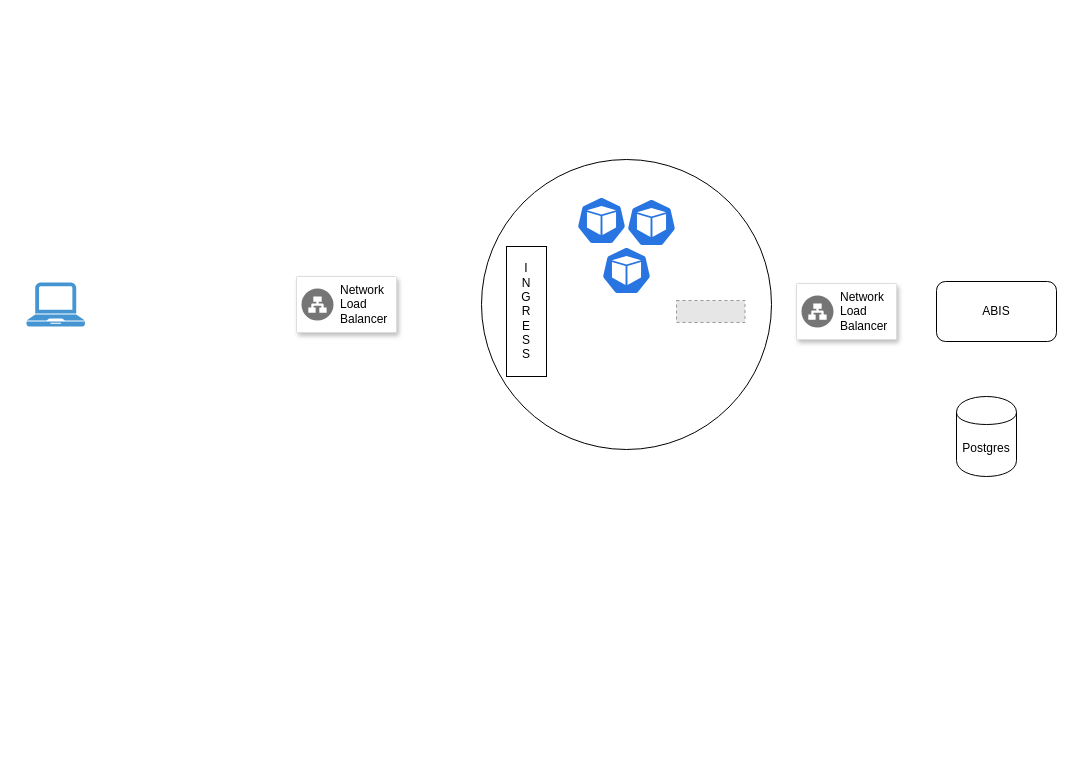
This is deployment/v3/docs/images/deployment_architecture.drawio from mosip/mosip-infra, a draw.io file, before an edit. Source tidied: cells renumbered, new cells numbered last; positions are measured from the earlier drawing's top-left corner, leaving out a move shared by most shapes. Both pictures are drawn from the tidied source at 100%, with x=0, y=0 at pixel (26, 159). Pictures stored in the file or linked from it are replaced by grey dashed boxes.
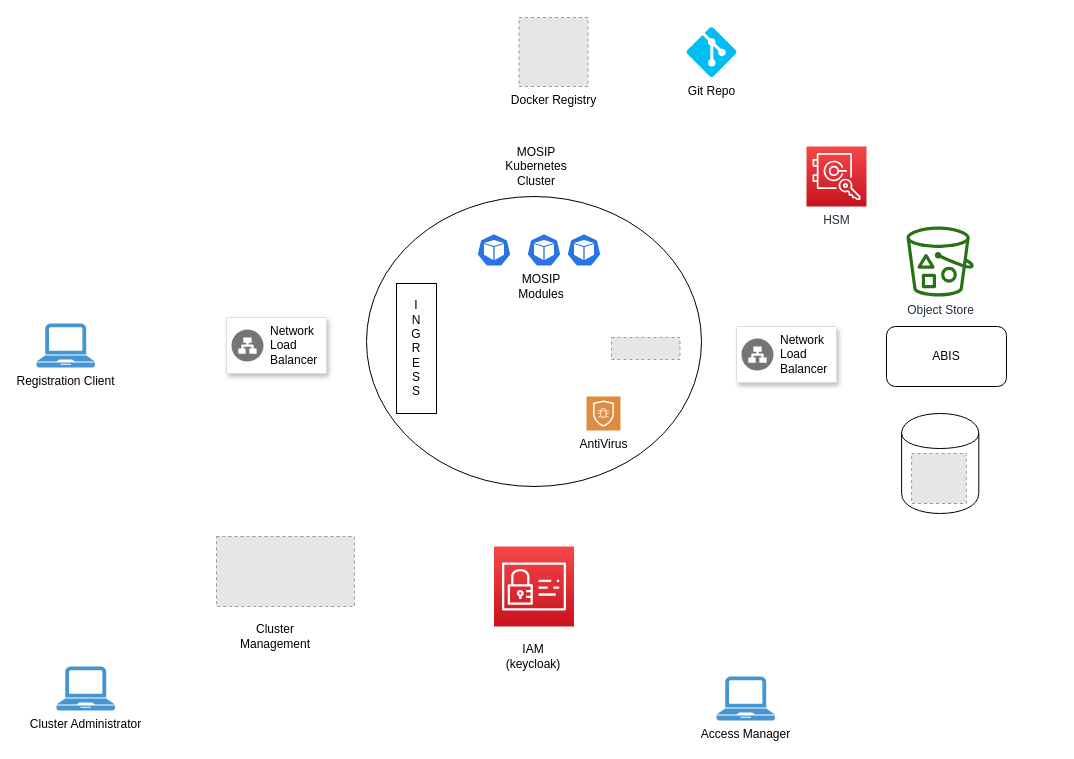
Above is the later version.

Diff of the diagram source:
```diff
@@
-    <mxCell id="2" style="ellipse;whiteSpace=wrap;html=1;" parent="1" vertex="1">
-      <mxGeometry x="455" width="290" height="290" as="geometry" />
-    </mxCell>
     <mxCell id="3" style="strokeColor=#dddddd;shadow=1;strokeWidth=1;rounded=1;absoluteArcSize=1;arcSize=2;" parent="1" vertex="1">
-      <mxGeometry x="270" y="117" width="100" height="56" as="geometry" />
+      <mxGeometry x="200" y="158" width="100" height="56" as="geometry" />
     </mxCell>
@@
-    <mxCell id="5" value="I&lt;br&gt;N&lt;br&gt;G&lt;br&gt;R&lt;br&gt;E&lt;br&gt;S&lt;br&gt;S&lt;br&gt;" style="rounded=0;whiteSpace=wrap;html=1;" parent="1" vertex="1">
-      <mxGeometry x="480" y="87" width="40" height="130" as="geometry" />
-    </mxCell>
-    <mxCell id="6" value="Postgres" style="shape=cylinder;whiteSpace=wrap;html=1;boundedLbl=1;backgroundOutline=1;" parent="1" vertex="1">
-      <mxGeometry x="930" y="237" width="60" height="80" as="geometry" />
-    </mxCell>
-    <mxCell id="7" style="shadow=0;dashed=0;html=1;strokeColor=none;fillColor=#4495D1;labelPosition=center;verticalLabelPosition=bottom;verticalAlign=top;align=center;shape=mxgraph.veeam.laptop;" parent="1" vertex="1">
-      <mxGeometry y="123" width="58.4" height="44" as="geometry" />
+    <mxCell id="7" value="Registration Client" style="shadow=0;dashed=0;html=1;strokeColor=none;fillColor=#4495D1;labelPosition=center;verticalLabelPosition=bottom;verticalAlign=top;align=center;shape=mxgraph.veeam.laptop;" parent="1" vertex="1">
+      <mxGeometry x="10" y="164" width="58.4" height="44" as="geometry" />
     </mxCell>
     <mxCell id="8" style="strokeColor=#dddddd;shadow=1;strokeWidth=1;rounded=1;absoluteArcSize=1;arcSize=2;" parent="1" vertex="1">
-      <mxGeometry x="770" y="124" width="100" height="56" as="geometry" />
+      <mxGeometry x="710" y="167" width="100" height="56" as="geometry" />
     </mxCell>
@@
+    <mxCell id="15" style="group;" parent="1" vertex="1">
+      <mxGeometry x="390" y="7" width="610" height="517" as="geometry" />
+    </mxCell>
+    <mxCell id="16" value="Object Store" style="fontColor=#232F3E;gradientColor=none;fillColor=#277116;strokeColor=none;dashed=0;verticalLabelPosition=bottom;verticalAlign=top;align=center;html=1;fontSize=12;fontStyle=0;shape=mxgraph.aws4.bucket_with_objects;" parent="15" vertex="1">
+      <mxGeometry x="490" y="60" width="67.3" height="70" as="geometry" />
+    </mxCell>
+    <mxCell id="6" style="shape=cylinder;whiteSpace=wrap;html=1;boundedLbl=1;backgroundOutline=1;" parent="15" vertex="1">
+      <mxGeometry x="485.1" y="247" width="77.2" height="100" as="geometry" />
+    </mxCell>
+    <mxCell id="17" style="fillColor=#E6E6E6;strokeColor=#999999;dashed=1;verticalLabelPosition=bottom;labelBackgroundColor=#ffffff;verticalAlign=top;" parent="15" vertex="1">
+      <mxGeometry x="495.1" y="287" width="54.7" height="50" as="geometry" />
+    </mxCell>
+    <mxCell id="13" value="ABIS" style="rounded=1;whiteSpace=wrap;html=1;" parent="15" vertex="1">
+      <mxGeometry x="470" y="160" width="120" height="60" as="geometry" />
+    </mxCell>
+    <mxCell id="18" value="HSM" style="fontColor=#232F3E;gradientColor=#F54749;gradientDirection=north;fillColor=#C7131F;strokeColor=#ffffff;dashed=0;verticalLabelPosition=bottom;verticalAlign=top;align=center;html=1;fontSize=12;fontStyle=0;shape=mxgraph.aws4.resourceIcon;resIcon=mxgraph.aws4.cloudhsm;" parent="15" vertex="1">
+      <mxGeometry x="390" y="-20" width="60" height="60" as="geometry" />
+    </mxCell>
+    <mxCell id="19" style="group;" parent="15" vertex="1">
+      <mxGeometry x="77.5" y="380" width="80" height="124.1" as="geometry" />
+    </mxCell>
+    <mxCell id="20" style="fontColor=#232F3E;gradientColor=#F54749;gradientDirection=north;fillColor=#C7131F;strokeColor=#ffffff;dashed=0;verticalLabelPosition=bottom;verticalAlign=top;align=center;html=1;fontSize=12;fontStyle=0;shape=mxgraph.aws4.resourceIcon;resIcon=mxgraph.aws4.identity_and_access_management;" parent="19" vertex="1">
+      <mxGeometry width="80" height="80" as="geometry" />
+    </mxCell>
+    <mxCell id="21" value="IAM (keycloak)" style="text;html=1;strokeColor=none;fillColor=none;align=center;verticalAlign=middle;whiteSpace=wrap;rounded=0;" parent="19" vertex="1">
+      <mxGeometry x="11.8" y="95" width="56.4" height="29.1" as="geometry" />
+    </mxCell>
+    <mxCell id="22" style="group;" parent="15" vertex="1">
+      <mxGeometry x="-50" y="30" width="335" height="290" as="geometry" />
+    </mxCell>
+    <mxCell id="2" style="ellipse;whiteSpace=wrap;html=1;verticalAlign=top;" parent="22" vertex="1">
+      <mxGeometry width="335" height="290" as="geometry" />
+    </mxCell>
-    <mxCell id="10" style="html=1;dashed=0;whitespace=wrap;fillColor=#2875E2;strokeColor=#ffffff;shape=mxgraph.kubernetes.icon;prIcon=pod;" parent="1" vertex="1">
-      <mxGeometry x="550" y="37" width="50" height="48" as="geometry" />
+    <mxCell id="10" style="html=1;dashed=0;whitespace=wrap;fillColor=#2875E2;strokeColor=#ffffff;shape=mxgraph.kubernetes.icon;prIcon=pod;" parent="22" vertex="1">
+      <mxGeometry x="110" y="37" width="35" height="33" as="geometry" />
     </mxCell>
-    <mxCell id="11" style="html=1;dashed=0;whitespace=wrap;fillColor=#2875E2;strokeColor=#ffffff;shape=mxgraph.kubernetes.icon;prIcon=pod;" parent="1" vertex="1">
-      <mxGeometry x="600" y="39" width="50" height="48" as="geometry" />
-    </mxCell>
-    <mxCell id="12" style="fillColor=#E6E6E6;strokeColor=#999999;dashed=1;verticalLabelPosition=bottom;labelBackgroundColor=#ffffff;verticalAlign=top;" parent="1" vertex="1">
-      <mxGeometry x="650" y="141" width="68.5" height="22" as="geometry" />
+    <mxCell id="12" style="fillColor=#E6E6E6;strokeColor=#999999;dashed=1;verticalLabelPosition=bottom;labelBackgroundColor=#ffffff;verticalAlign=top;" parent="22" vertex="1">
+      <mxGeometry x="245" y="141" width="68.5" height="22" as="geometry" />
     </mxCell>
-    <mxCell id="13" value="ABIS" style="rounded=1;whiteSpace=wrap;html=1;" parent="1" vertex="1">
-      <mxGeometry x="910" y="122" width="120" height="60" as="geometry" />
-    </mxCell>
-    <mxCell id="14" style="html=1;dashed=0;whitespace=wrap;fillColor=#2875E2;strokeColor=#ffffff;shape=mxgraph.kubernetes.icon;prIcon=pod;" parent="1" vertex="1">
-      <mxGeometry x="575" y="87" width="50" height="48" as="geometry" />
-    </mxCell>
+    <mxCell id="23" value="AntiVirus" style="shadow=0;dashed=0;html=1;strokeColor=none;fillColor=#DF8C42;labelPosition=center;verticalLabelPosition=bottom;verticalAlign=top;align=center;shape=mxgraph.veeam2.antivirus;" parent="22" vertex="1">
+      <mxGeometry x="220" y="200" width="34" height="34" as="geometry" />
+    </mxCell>
+    <mxCell id="24" style="html=1;dashed=0;whitespace=wrap;fillColor=#2875E2;strokeColor=#ffffff;shape=mxgraph.kubernetes.icon;prIcon=pod;" parent="22" vertex="1">
+      <mxGeometry x="160" y="37" width="35" height="33" as="geometry" />
+    </mxCell>
+    <mxCell id="25" style="html=1;dashed=0;whitespace=wrap;fillColor=#2875E2;strokeColor=#ffffff;shape=mxgraph.kubernetes.icon;prIcon=pod;" parent="22" vertex="1">
+      <mxGeometry x="200" y="37" width="35" height="33" as="geometry" />
+    </mxCell>
+    <mxCell id="26" value="MOSIP Modules" style="text;html=1;strokeColor=none;fillColor=none;align=center;verticalAlign=middle;whiteSpace=wrap;rounded=0;" parent="22" vertex="1">
+      <mxGeometry x="155" y="80" width="40" height="20" as="geometry" />
+    </mxCell>
+    <mxCell id="27" style="group;" parent="1" vertex="1">
+      <mxGeometry x="190" y="377" width="137.9" height="110" as="geometry" />
+    </mxCell>
+    <mxCell id="28" style="fillColor=#E6E6E6;strokeColor=#999999;dashed=1;verticalLabelPosition=bottom;labelBackgroundColor=#ffffff;verticalAlign=top;" parent="27" vertex="1">
+      <mxGeometry width="137.9" height="70" as="geometry" />
+    </mxCell>
+    <mxCell id="29" value="Cluster Management&lt;br&gt;" style="text;html=1;strokeColor=none;fillColor=none;align=center;verticalAlign=middle;whiteSpace=wrap;rounded=0;" parent="27" vertex="1">
+      <mxGeometry x="38.9" y="90" width="40" height="20" as="geometry" />
+    </mxCell>
+    <mxCell id="30" value="Git Repo" style="verticalLabelPosition=bottom;html=1;verticalAlign=top;align=center;strokeColor=none;fillColor=#00BEF2;shape=mxgraph.azure.git_repository;" parent="1" vertex="1">
+      <mxGeometry x="660" y="-132.5" width="50" height="50" as="geometry" />
+    </mxCell>
+    <mxCell id="31" value="Docker Registry" style="fillColor=#E6E6E6;strokeColor=#999999;dashed=1;html=1;verticalAlign=top;verticalLabelPosition=bottom;labelBackgroundColor=#ffffff;" parent="1" vertex="1">
+      <mxGeometry x="492.5" y="-142" width="69" height="69" as="geometry" />
+    </mxCell>
+    <mxCell id="32" value="Cluster Administrator" style="shadow=0;dashed=0;html=1;strokeColor=none;fillColor=#4495D1;labelPosition=center;verticalLabelPosition=bottom;verticalAlign=top;align=center;shape=mxgraph.veeam.laptop;" parent="1" vertex="1">
+      <mxGeometry x="30" y="507" width="58.4" height="44" as="geometry" />
+    </mxCell>
+    <mxCell id="33" value="Access Manager" style="shadow=0;dashed=0;html=1;strokeColor=none;fillColor=#4495D1;labelPosition=center;verticalLabelPosition=bottom;verticalAlign=top;align=center;shape=mxgraph.veeam.laptop;" parent="1" vertex="1">
+      <mxGeometry x="690" y="517" width="58.4" height="44" as="geometry" />
+    </mxCell>
+    <mxCell id="5" value="I&lt;br&gt;N&lt;br&gt;G&lt;br&gt;R&lt;br&gt;E&lt;br&gt;S&lt;br&gt;S&lt;br&gt;" style="rounded=0;whiteSpace=wrap;html=1;" parent="1" vertex="1">
+      <mxGeometry x="370" y="124" width="40" height="130" as="geometry" />
+    </mxCell>
+    <mxCell id="34" value="MOSIP Kubernetes Cluster" style="text;html=1;strokeColor=none;fillColor=none;align=center;verticalAlign=middle;whiteSpace=wrap;rounded=0;" parent="1" vertex="1">
+      <mxGeometry x="490" y="-3" width="40" height="20" as="geometry" />
+    </mxCell>
```
